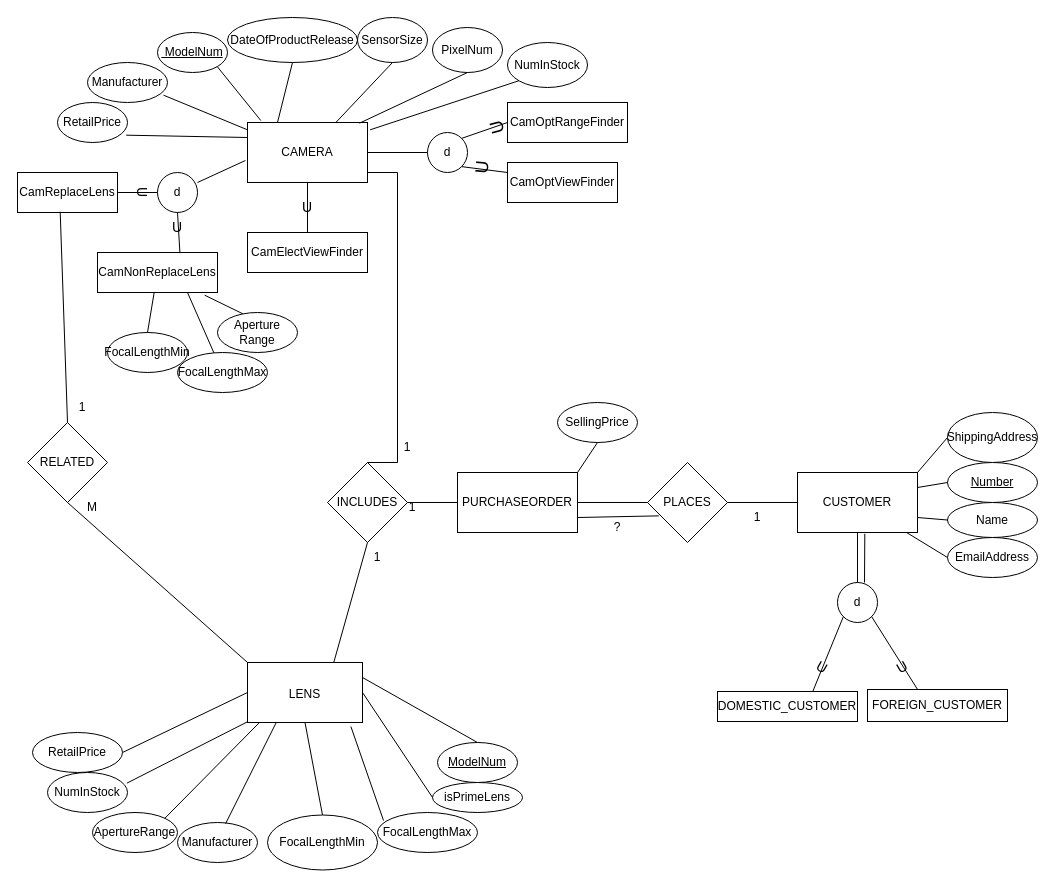
Above: 3421q1.drawio in DylanBriSmith/DylanBriSmith (draw.io), before the change. Source tidied: cells renumbered, new cells numbered last; positions are measured from the earlier drawing's top-left corner, leaving out a move shared by most shapes. Both pictures are drawn from the tidied source at 100%, with x=0, y=0 at pixel (17, 17).
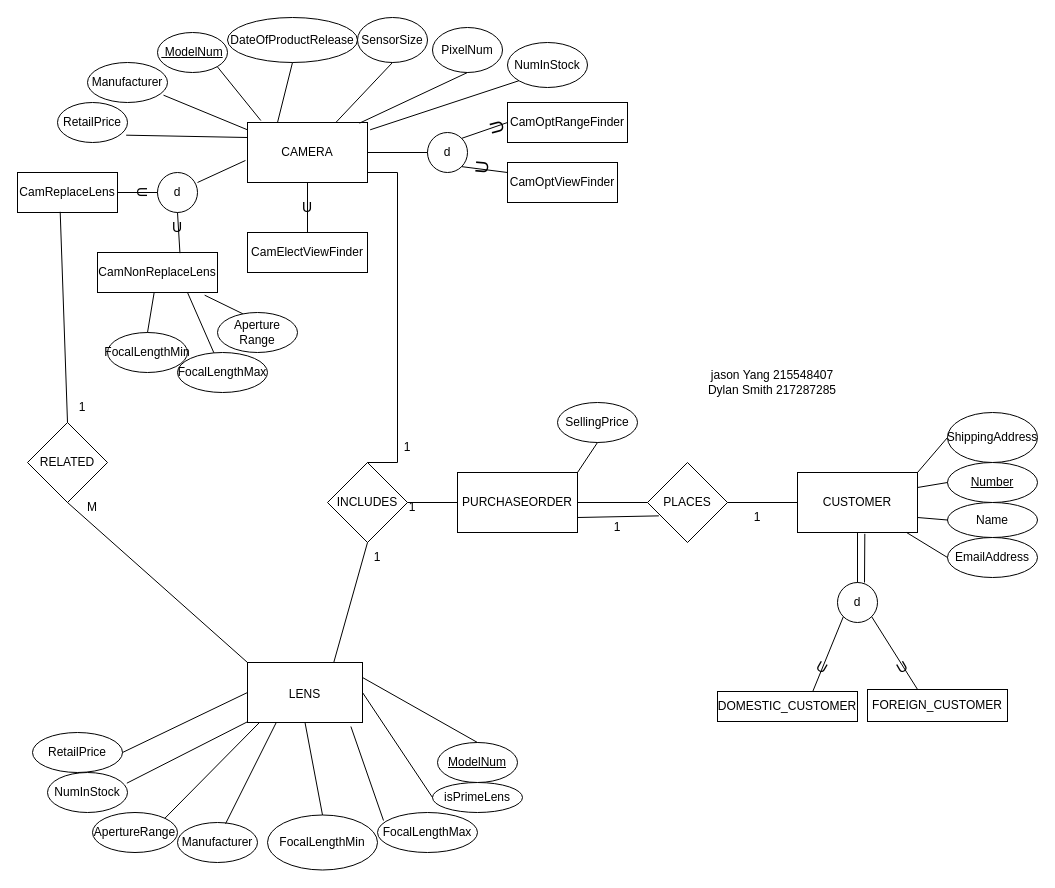
The same page after the edit.

Change to the diagram source:
```diff
@@
-    <mxCell id="96" value="?" style="text;html=1;strokeColor=none;fillColor=none;align=center;verticalAlign=middle;whiteSpace=wrap;rounded=0;fontSize=12;" parent="1" vertex="1">
+    <mxCell id="96" value="1" style="text;html=1;strokeColor=none;fillColor=none;align=center;verticalAlign=middle;whiteSpace=wrap;rounded=0;fontSize=12;" parent="1" vertex="1">
       <mxGeometry x="570" y="495" width="60" height="30" as="geometry" />
     </mxCell>
@@
+    <mxCell id="99" value="jason Yang 215548407&lt;br&gt;Dylan Smith 217287285" style="text;html=1;strokeColor=none;fillColor=none;align=center;verticalAlign=middle;whiteSpace=wrap;rounded=0;" parent="1" vertex="1">
+      <mxGeometry x="660" y="355" width="190" height="20" as="geometry" />
+    </mxCell>
```
